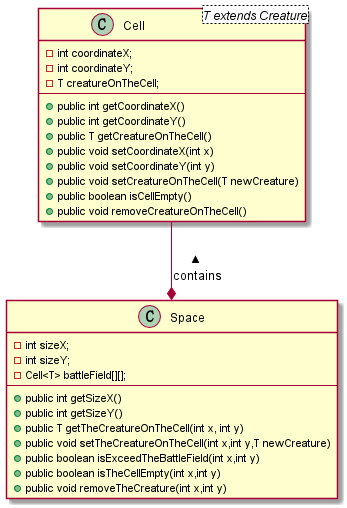
Above: spaceUML.png in jijihuang/javamarkdownimage (PlantUML), before the change. The source it was exported from:
```plantuml
@startuml

class Cell <T extends Creature>{
    - int coordinateX;
    - int coordinateY;
    - T creatureOnTheCell;
    --
    + public int getCoordinateX()
    + public int getCoordinateY()
    + public T getCreatureOnTheCell()
    + public void setCoordinateX(int x)
    + public void setCoordinateY(int y)
    + public void setCreatureOnTheCell(T newCreature)
    + public boolean isCellEmpty()
    + public void removeCreatureOnTheCell()
}


class Space{
    - int sizeX;
    - int sizeY;
    - Cell<T> battleField[][];
    --
    + public int getSizeX()
    + public int getSizeY()
    + public T getTheCreatureOnTheCell(int x, int y)
    + public void setTheCreatureOnTheCell(int x,int y,T newCreature)
    + public boolean isExceedTheBattleField(int x,int y)
    + public boolean isTheCellEmpty(int x,int y)
    +public void removeTheCreature(int x,int y)
}

Space *-up- Cell :contains >


@enduml
```
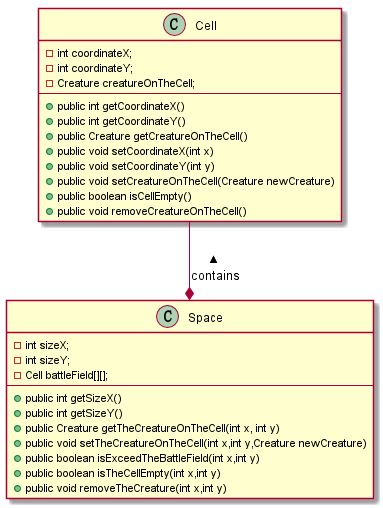
After the commit.

Change to the diagram source:
```diff
@@ -1,16 +1,16 @@
 @startuml
 
-class Cell <T extends Creature>{
+class Cell{
     - int coordinateX;
     - int coordinateY;
-    - T creatureOnTheCell;
+    - Creature creatureOnTheCell;
     --
     + public int getCoordinateX()
     + public int getCoordinateY()
-    + public T getCreatureOnTheCell()
+    + public Creature getCreatureOnTheCell()
     + public void setCoordinateX(int x)
     + public void setCoordinateY(int y)
-    + public void setCreatureOnTheCell(T newCreature)
+    + public void setCreatureOnTheCell(Creature newCreature)
     + public boolean isCellEmpty()
     + public void removeCreatureOnTheCell()
 }
@@ -19,15 +19,15 @@
 class Space{
     - int sizeX;
     - int sizeY;
-    - Cell<T> battleField[][];
+    - Cell battleField[][];
     --
     + public int getSizeX()
     + public int getSizeY()
-    + public T getTheCreatureOnTheCell(int x, int y)
-    + public void setTheCreatureOnTheCell(int x,int y,T newCreature)
+    + public Creature getTheCreatureOnTheCell(int x, int y)
+    + public void setTheCreatureOnTheCell(int x,int y,Creature newCreature)
     + public boolean isExceedTheBattleField(int x,int y)
     + public boolean isTheCellEmpty(int x,int y)
-    +public void removeTheCreature(int x,int y)
+    + public void removeTheCreature(int x,int y)
 }
 
 Space *-up- Cell :contains >
```
